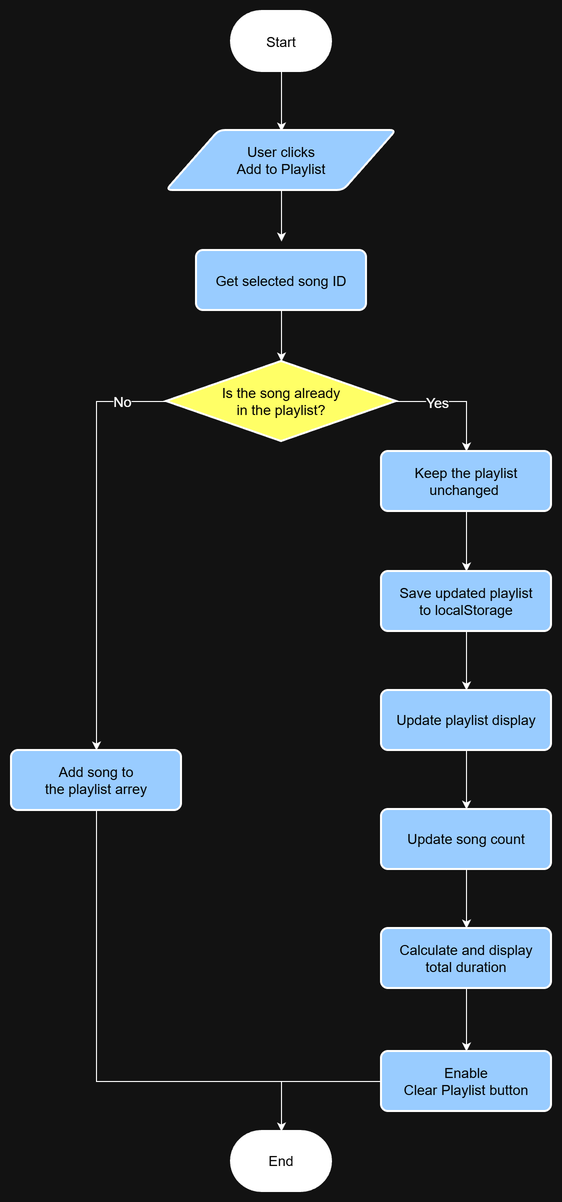
vegardh93/assignment-3 keeps this draw.io diagram as assets/flowcharts/Add Song to Playlist.png. Above is the earlier version. Source tidied: cells renumbered, new cells last; positions are measured from the earlier drawing's top-left corner, leaving out a move shared by most shapes.
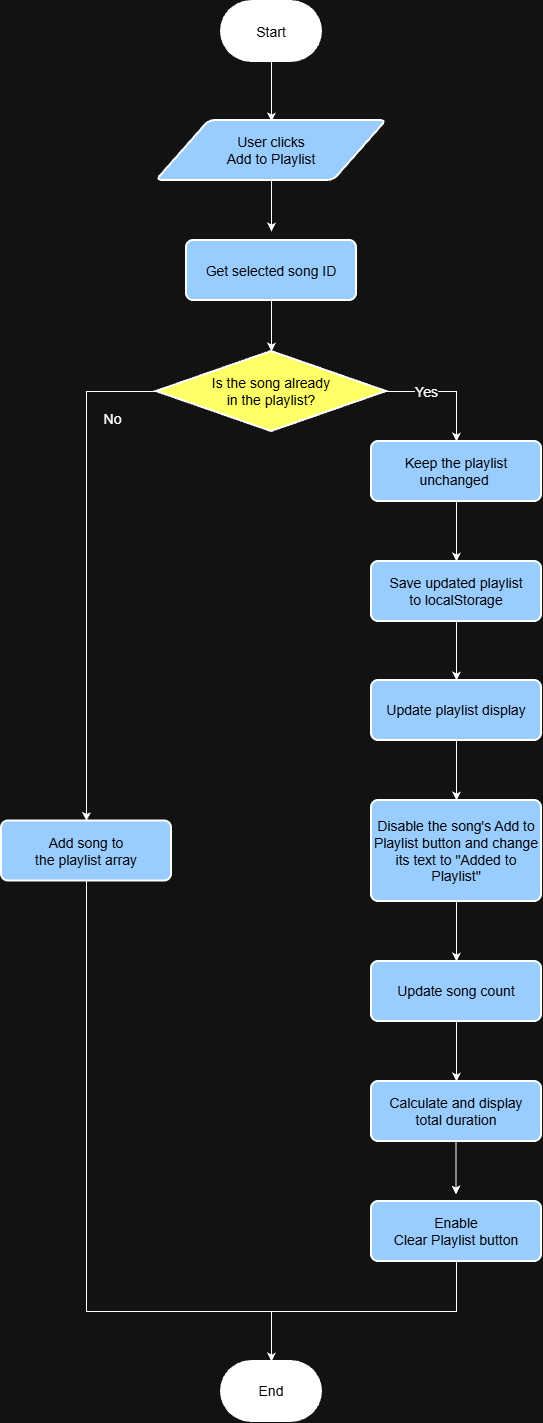
After the change.

Commit message:
Update playlist flowcharts

Diff of the diagram source:
```diff
@@ -36,11 +36,11 @@
     <mxCell id="11" value="&lt;font style=&quot;font-size: 14px;&quot;&gt;Keep the playlist unchanged&amp;nbsp;&lt;/font&gt;" style="rounded=1;whiteSpace=wrap;html=1;absoluteArcSize=1;arcSize=14;strokeWidth=2;fillColor=light-dark(#FFFFFF,#99CCFF);fontColor=light-dark(#000000,#000000);" parent="1" vertex="1">
       <mxGeometry x="370" y="440" width="170" height="60" as="geometry" />
     </mxCell>
-    <mxCell id="12" value="&lt;span style=&quot;font-size: 14px;&quot;&gt;Add song to&lt;/span&gt;&lt;div&gt;&lt;span style=&quot;font-size: 14px;&quot;&gt;the playlist arrey&lt;/span&gt;&lt;/div&gt;" style="rounded=1;whiteSpace=wrap;html=1;absoluteArcSize=1;arcSize=14;strokeWidth=2;fillColor=light-dark(#FFFFFF,#99CCFF);fontColor=light-dark(#000000,#000000);" parent="1" vertex="1">
-      <mxGeometry y="739" width="170" height="60" as="geometry" />
+    <mxCell id="12" value="&lt;span style=&quot;font-size: 14px;&quot;&gt;Add song to&lt;/span&gt;&lt;div&gt;&lt;span style=&quot;font-size: 14px;&quot;&gt;the playlist arra&lt;/span&gt;&lt;span style=&quot;font-size: 14px; background-color: transparent;&quot;&gt;y&lt;/span&gt;&lt;/div&gt;" style="rounded=1;whiteSpace=wrap;html=1;absoluteArcSize=1;arcSize=14;strokeWidth=2;fillColor=light-dark(#FFFFFF,#99CCFF);fontColor=light-dark(#000000,#000000);" parent="1" vertex="1">
+      <mxGeometry y="819.5" width="170" height="60" as="geometry" />
     </mxCell>
     <mxCell id="13" value="&lt;font style=&quot;font-size: 14px;&quot;&gt;End&lt;/font&gt;" style="strokeWidth=2;html=1;shape=mxgraph.flowchart.terminator;whiteSpace=wrap;fillColor=light-dark(#FFFFFF,#FFFFFF);fontColor=light-dark(#000000,#000000);" parent="1" vertex="1">
-      <mxGeometry x="220" y="1120" width="100" height="60" as="geometry" />
+      <mxGeometry x="220" y="1360" width="100" height="60" as="geometry" />
     </mxCell>
     <mxCell id="14" value="&lt;font style=&quot;font-size: 14px;&quot;&gt;User clicks&lt;/font&gt;&lt;div&gt;&lt;font style=&quot;font-size: 14px;&quot;&gt;Add to Playlist&lt;/font&gt;&lt;/div&gt;" style="shape=parallelogram;html=1;strokeWidth=2;perimeter=parallelogramPerimeter;whiteSpace=wrap;rounded=1;arcSize=12;size=0.23;fontColor=light-dark(#000000,#000000);fillColor=light-dark(#FFFFFF,#99CCFF);" parent="1" vertex="1">
       <mxGeometry x="155" y="119" width="230" height="60" as="geometry" />
@@ -59,37 +59,51 @@
     <mxCell id="18" value="&lt;font style=&quot;font-size: 14px;&quot;&gt;Save updated playlist&lt;/font&gt;&lt;div&gt;&lt;font style=&quot;font-size: 14px;&quot;&gt;to localStorage&lt;/font&gt;&lt;/div&gt;" style="rounded=1;whiteSpace=wrap;html=1;absoluteArcSize=1;arcSize=14;strokeWidth=2;fillColor=light-dark(#FFFFFF,#99CCFF);fontColor=light-dark(#000000,#000000);" parent="1" vertex="1">
       <mxGeometry x="370" y="560" width="170" height="60" as="geometry" />
     </mxCell>
-    <mxCell id="19" style="edgeStyle=orthogonalEdgeStyle;rounded=0;jettySize=auto;html=1;entryX=0.5;entryY=0;entryDx=0;entryDy=0;defaultLabelBackgroundColor=page;" parent="1" edge="1" source="20" target="22">
-      <mxGeometry relative="1" as="geometry" />
-    </mxCell>
+    <mxCell id="28" style="edgeStyle=orthogonalEdgeStyle;rounded=0;jettySize=auto;html=1;entryX=0.5;entryY=0;entryDx=0;entryDy=0;defaultLabelBackgroundColor=page;labelPadding=0 4;" parent="1" edge="1" source="20" target="30">
+      <mxGeometry relative="1" as="geometry" />
+    </mxCell>
     <mxCell id="20" value="&lt;font style=&quot;font-size: 14px;&quot;&gt;Update playlist display&lt;/font&gt;" style="rounded=1;whiteSpace=wrap;html=1;absoluteArcSize=1;arcSize=14;strokeWidth=2;fillColor=light-dark(#FFFFFF,#99CCFF);fontColor=light-dark(#000000,#000000);" parent="1" vertex="1">
       <mxGeometry x="370" y="679" width="170" height="60" as="geometry" />
     </mxCell>
-    <mxCell id="21" style="edgeStyle=orthogonalEdgeStyle;rounded=0;jettySize=auto;html=1;entryX=0.5;entryY=0;entryDx=0;entryDy=0;defaultLabelBackgroundColor=page;" parent="1" edge="1" source="22" target="24">
+    <mxCell id="21" style="edgeStyle=orthogonalEdgeStyle;rounded=0;jettySize=auto;html=1;entryX=0.5;entryY=0;entryDx=0;entryDy=0;defaultLabelBackgroundColor=page;labelPadding=0 4;" parent="1" edge="1" source="22" target="24">
       <mxGeometry relative="1" as="geometry" />
     </mxCell>
     <mxCell id="22" value="&lt;font style=&quot;font-size: 14px;&quot;&gt;Update song count&lt;/font&gt;" style="rounded=1;whiteSpace=wrap;html=1;absoluteArcSize=1;arcSize=14;strokeWidth=2;fillColor=light-dark(#FFFFFF,#99CCFF);fontColor=light-dark(#000000,#000000);" parent="1" vertex="1">
-      <mxGeometry x="370" y="798" width="170" height="60" as="geometry" />
+      <mxGeometry x="370" y="960" width="170" height="60" as="geometry" />
     </mxCell>
-    <mxCell id="23" style="edgeStyle=orthogonalEdgeStyle;rounded=0;jettySize=auto;html=1;entryX=0.5;entryY=0;entryDx=0;entryDy=0;defaultLabelBackgroundColor=page;" parent="1" edge="1" source="24" target="25">
-      <mxGeometry relative="1" as="geometry" />
+    <mxCell id="23" style="edgeStyle=orthogonalEdgeStyle;rounded=0;orthogonalLoop=1;jettySize=auto;html=1;entryX=0.5;entryY=0;entryDx=0;entryDy=0;defaultLabelBackgroundColor=page;" parent="1" edge="1">
+      <mxGeometry relative="1" as="geometry">
+        <mxPoint x="454.5" y="1130" as="sourcePoint" />
+        <mxPoint x="454.5" y="1193" as="targetPoint" />
+      </mxGeometry>
     </mxCell>
     <mxCell id="24" value="&lt;font style=&quot;font-size: 14px;&quot;&gt;Calculate and display&lt;/font&gt;&lt;div&gt;&lt;font style=&quot;font-size: 14px;&quot;&gt;total duration&lt;/font&gt;&lt;/div&gt;" style="rounded=1;whiteSpace=wrap;html=1;absoluteArcSize=1;arcSize=14;strokeWidth=2;fillColor=light-dark(#FFFFFF,#99CCFF);fontColor=light-dark(#000000,#000000);" parent="1" vertex="1">
-      <mxGeometry x="370" y="917" width="170" height="60" as="geometry" />
+      <mxGeometry x="370" y="1080" width="170" height="60" as="geometry" />
     </mxCell>
     <mxCell id="25" value="&lt;font style=&quot;font-size: 14px;&quot;&gt;Enable&lt;/font&gt;&lt;div&gt;&lt;font style=&quot;font-size: 14px;&quot;&gt;Clear Playlist button&lt;/font&gt;&lt;/div&gt;" style="rounded=1;whiteSpace=wrap;html=1;absoluteArcSize=1;arcSize=14;strokeWidth=2;fillColor=light-dark(#FFFFFF,#99CCFF);fontColor=light-dark(#000000,#000000);" parent="1" vertex="1">
-      <mxGeometry x="370" y="1040" width="170" height="60" as="geometry" />
+      <mxGeometry x="370" y="1200" width="170" height="60" as="geometry" />
     </mxCell>
+    <mxCell id="29" style="edgeStyle=orthogonalEdgeStyle;rounded=0;jettySize=auto;html=1;entryX=0.5;entryY=0;entryDx=0;entryDy=0;defaultLabelBackgroundColor=page;labelPadding=0 4;" parent="1" edge="1" source="30" target="22">
+      <mxGeometry relative="1" as="geometry" />
+    </mxCell>
+    <mxCell id="30" value="&lt;font style=&quot;font-size: 14px;&quot;&gt;Disable the song's Add to Playlist button and change its text to &quot;Added to Playlist&quot;&lt;/font&gt;" style="rounded=1;whiteSpace=wrap;html=1;absoluteArcSize=1;arcSize=14;strokeWidth=2;fillColor=light-dark(#FFFFFF,#99CCFF);fontColor=light-dark(#000000,#000000);" parent="1" vertex="1">
+      <mxGeometry x="370" y="799" width="170" height="101" as="geometry" />
+    </mxCell>
+    <mxCell id="27" style="edgeStyle=orthogonalEdgeStyle;rounded=0;jettySize=auto;html=1;entryX=0.5;entryY=0;entryDx=0;entryDy=0;entryPerimeter=0;defaultLabelBackgroundColor=page;labelPadding=0 4;" parent="1" edge="1" source="12" target="13">
+      <mxGeometry relative="1" as="geometry">
+        <Array as="points">
+          <mxPoint x="85" y="1310" />
+          <mxPoint x="270" y="1310" />
+        </Array>
+      </mxGeometry>
+    </mxCell>
-    <mxCell id="26" style="edgeStyle=orthogonalEdgeStyle;rounded=0;jettySize=auto;html=1;entryX=0.5;entryY=0;entryDx=0;entryDy=0;entryPerimeter=0;defaultLabelBackgroundColor=page;" parent="1" edge="1" source="25" target="13">
-      <mxGeometry relative="1" as="geometry" />
+    <mxCell id="26" style="edgeStyle=orthogonalEdgeStyle;rounded=0;jettySize=auto;html=1;entryX=0.5;entryY=0;entryDx=0;entryDy=0;entryPerimeter=0;defaultLabelBackgroundColor=page;labelPadding=0 4;" parent="1" edge="1" source="25" target="13">
+      <mxGeometry relative="1" as="geometry">
+        <Array as="points">
+          <mxPoint x="455" y="1310" />
+          <mxPoint x="270" y="1310" />
+        </Array>
+      </mxGeometry>
     </mxCell>
-    <mxCell id="27" style="edgeStyle=orthogonalEdgeStyle;rounded=0;jettySize=auto;html=1;entryX=0.5;entryY=0;entryDx=0;entryDy=0;entryPerimeter=0;defaultLabelBackgroundColor=page;" parent="1" edge="1" source="12" target="13">
-      <mxGeometry relative="1" as="geometry">
-        <Array as="points">
-          <mxPoint x="85" y="1070" />
-          <mxPoint x="270" y="1070" />
-        </Array>
-      </mxGeometry>
-    </mxCell>
   </root>
 </mxGraphModel>
```
